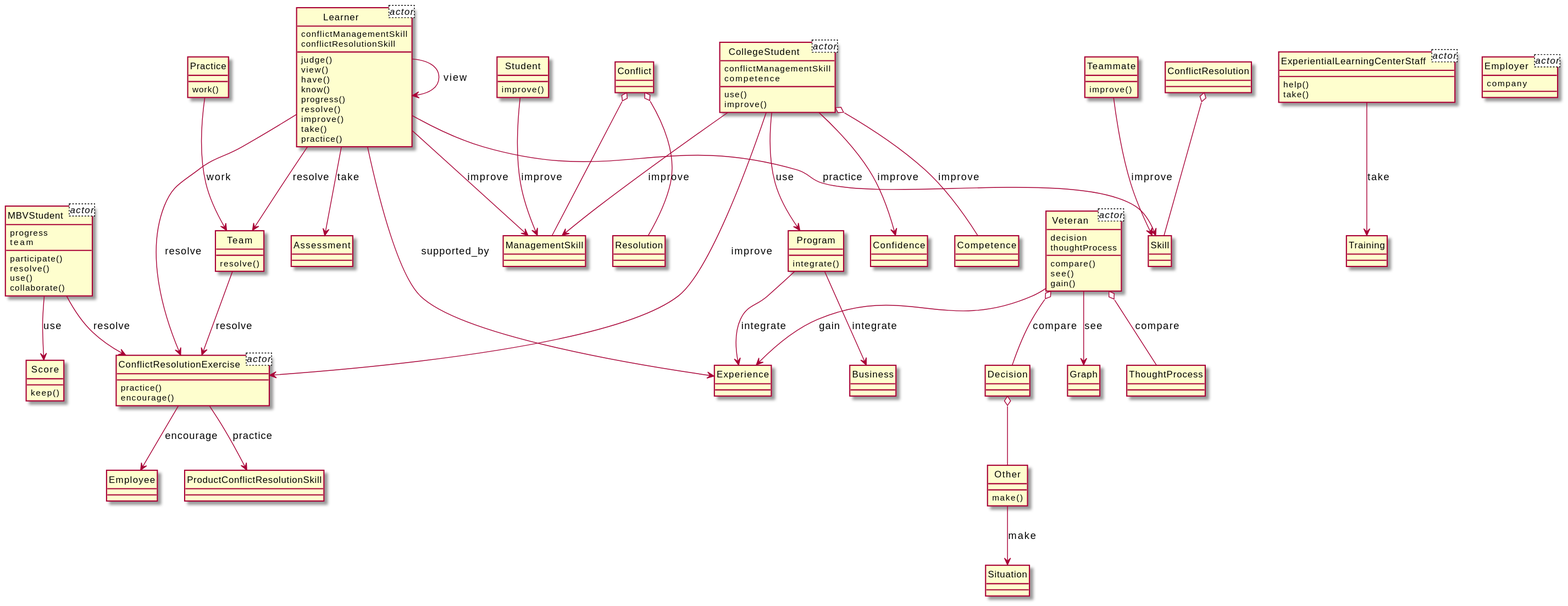
Above: output/diagram_5/2015-USC-Project04.svg in xixixhalu/DomainModelExtractor (PlantUML), before the change.
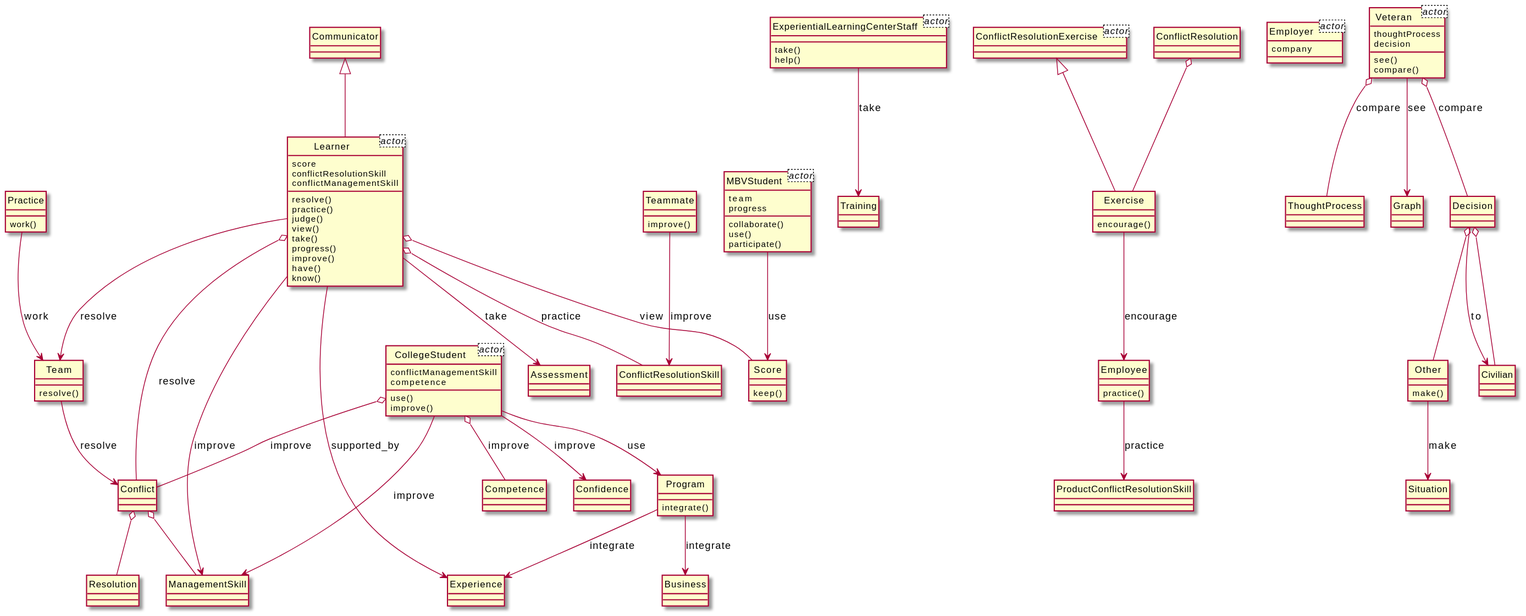
After the commit.

Diff of the diagram source:
```diff
@@ -1,8 +1,9 @@
 @startuml
 hide circle
 class Learner<actor> {
+	score
+	conflictResolutionSkill
 	conflictManagementSkill
-	conflictResolutionSkill
 }
 class ExperientialLearningCenterStaff<actor> {
 }
@@ -11,8 +12,8 @@
 	competence
 }
 class MBVStudent<actor> {
+	team
 	progress
-	team
 }
 class ConflictResolutionExercise<actor> {
 }
@@ -20,128 +21,130 @@
 	company
 }
 class Veteran<actor> {
+	thoughtProcess
 	decision
-	thoughtProcess
+}
+class ManagementSkill {
+}
+class Resolution {
+}
+class Exercise {
+	encourage()
 }
 class Other {
 	make()
 }
-class Conflict {
+class Civilian {
 }
-class Resolution {
+class Learner {
+	resolve()
+	practice()
+	judge()
+	view()
+	take()
+	progress()
+	improve()
+	have()
+	know()
 }
-class Skill {
+class Team {
+	resolve()
 }
-class ManagementSkill {
-}
-class ExperientialLearningCenterStaff {
-	help()
-	take()
-}
-class Training {
+class Practice {
+	work()
 }
 class Veteran {
+	see()
 	compare()
-	see()
-	gain()
 }
-class Experience {
-}
-class Learner {
-	judge()
-	view()
-	have()
-	know()
-	progress()
-	resolve()
-	improve()
-	take()
-	practice()
-}
-class Student {
-	improve()
-}
-class ConflictResolutionExercise {
-	practice()
-	encourage()
-}
-class Decision {
+class ThoughtProcess {
 }
 class Graph {
 }
-class Score {
-	keep()
+class Assessment {
 }
-class Program {
-	integrate()
+class Conflict {
 }
-class MBVStudent {
-	participate()
-	resolve()
-	use()
-	collaborate()
+class ConflictResolutionSkill {
 }
 class CollegeStudent {
 	use()
 	improve()
 }
-class Employee {
-}
-class Team {
-	resolve()
-}
-class Confidence {
-}
-class Practice {
-	work()
+class Competence {
 }
 class Teammate {
 	improve()
 }
-class Situation {
+class Decision {
 }
-class Assessment {
+class Employee {
+	practice()
+}
+class Program {
+	integrate()
+}
+class Experience {
+}
+class Score {
+	keep()
+}
+class MBVStudent {
+	collaborate()
+	use()
+	participate()
+}
+class ExperientialLearningCenterStaff {
+	take()
+	help()
 }
 class ProductConflictResolutionSkill {
 }
-class Competence {
+class Confidence {
+}
+class Situation {
 }
 class Business {
 }
-class ThoughtProcess {
+class Training {
 }
 class ConflictResolution {
 }
+class ConflictResolutionExercise {
+}
+class Communicator {
+}
+Learner --> Team : resolve
+Practice --> Team : work
+Program --> Business : integrate
 ExperientialLearningCenterStaff --> Training : take
-Team --> ConflictResolutionExercise : resolve
-Program --> Business : integrate
-Student --> ManagementSkill : improve
-Veteran --> Experience : gain
+Learner --> ManagementSkill : improve
+Exercise --> Employee : encourage
+ConflictResolutionExercise <|-- Exercise
+Veteran o-- ThoughtProcess : compare
+CollegeStudent --> ManagementSkill : improve
+Conflict o-- ManagementSkill
+Veteran --> Graph : see
+Program --> Experience : integrate
+Communicator <|-- Learner
+Learner --> Assessment : take
+Learner o-- Conflict : resolve
+Learner --> Experience : supported_by
+Learner o-- Score : view
+Decision o-- Other
+Decision --> Civilian : to
+ConflictResolution o-- Exercise
+Conflict o-- Resolution
+Learner o-- ConflictResolutionSkill : practice
+Decision o-- Civilian
+Team --> Conflict : resolve
+Employee --> ProductConflictResolutionSkill : practice
+CollegeStudent o-- Competence : improve
+CollegeStudent --> Confidence : improve
+CollegeStudent o-- Conflict : improve
 MBVStudent --> Score : use
-Veteran o-- ThoughtProcess : compare
-CollegeStudent --> ConflictResolutionExercise : improve
-Conflict o-- ManagementSkill
-Learner --> Skill : practice
-Conflict o-- Resolution
 CollegeStudent --> Program : use
-CollegeStudent --> Confidence : improve
-Learner --> Experience : supported_by
+Teammate --> ConflictResolutionSkill : improve
 Veteran o-- Decision : compare
-Practice --> Team : work
-ConflictResolution o-- Skill
-Veteran --> Graph : see
-Teammate --> Skill : improve
-Decision o-- Other
-Learner --> ManagementSkill : improve
-Program --> Experience : integrate
 Other --> Situation : make
-Learner --> Assessment : take
-Learner --> Learner : view
-Learner --> Team : resolve
-MBVStudent --> ConflictResolutionExercise : resolve
-CollegeStudent --> ManagementSkill : improve
-ConflictResolutionExercise --> Employee : encourage
-ConflictResolutionExercise --> ProductConflictResolutionSkill : practice
-Learner --> ConflictResolutionExercise : resolve
-CollegeStudent o-- Competence : improve
 @enduml
```
